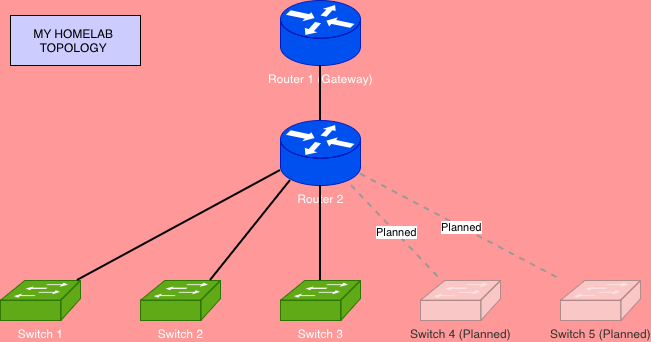
The draw.io diagram homelab-topology.drawio.png in B1naryBloom/CCNA-Home-Lab, before a commit. Source tidied: cells renumbered, new cells last; positions are measured from the earlier drawing's top-left corner, leaving out a move shared by most shapes.
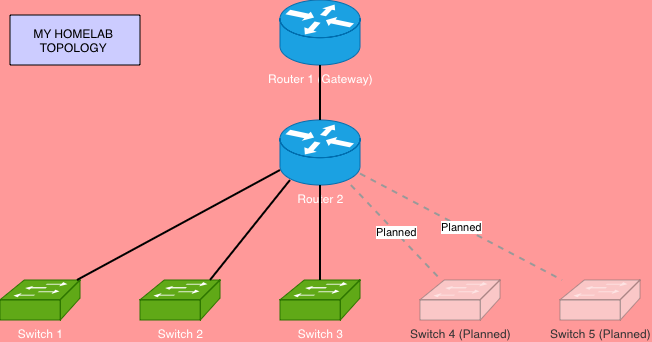
After the commit.

Diff of the diagram source:
```diff
@@ -2,10 +2,10 @@
   <root>
     <mxCell id="0" />
     <mxCell id="1" parent="0" />
-    <mxCell id="2" value="Router 1 (Gateway)" style="verticalLabelPosition=bottom;html=1;verticalAlign=top;align=center;shape=mxgraph.cisco.routers.router;fillColor=#0050ef;strokeColor=#001DBC;fontColor=#ffffff;rounded=0;" parent="1" vertex="1">
+    <mxCell id="2" value="Router 1 (Gateway)" style="verticalLabelPosition=bottom;html=1;verticalAlign=top;align=center;shape=mxgraph.cisco.routers.router;fillColor=#1ba1e2;strokeColor=#006EAF;fontColor=#ffffff;rounded=0;" parent="1" vertex="1">
       <mxGeometry x="280" width="80" height="65" as="geometry" />
     </mxCell>
-    <mxCell id="3" value="Router 2" style="verticalLabelPosition=bottom;html=1;verticalAlign=top;align=center;shape=mxgraph.cisco.routers.router;fillColor=#0050ef;strokeColor=#001DBC;fontColor=#ffffff;rounded=0;" parent="1" vertex="1">
+    <mxCell id="3" value="Router 2" style="verticalLabelPosition=bottom;html=1;verticalAlign=top;align=center;shape=mxgraph.cisco.routers.router;fillColor=#1ba1e2;strokeColor=#006EAF;fontColor=#ffffff;rounded=0;" parent="1" vertex="1">
       <mxGeometry x="280" y="120" width="80" height="65" as="geometry" />
     </mxCell>
     <mxCell id="4" value="Switch 1" style="verticalLabelPosition=bottom;html=1;verticalAlign=top;align=center;shape=mxgraph.cisco.switches.workgroup_switch;fillColor=#60a917;strokeColor=#2D7600;fontColor=#ffffff;rounded=0;" parent="1" vertex="1">
```
